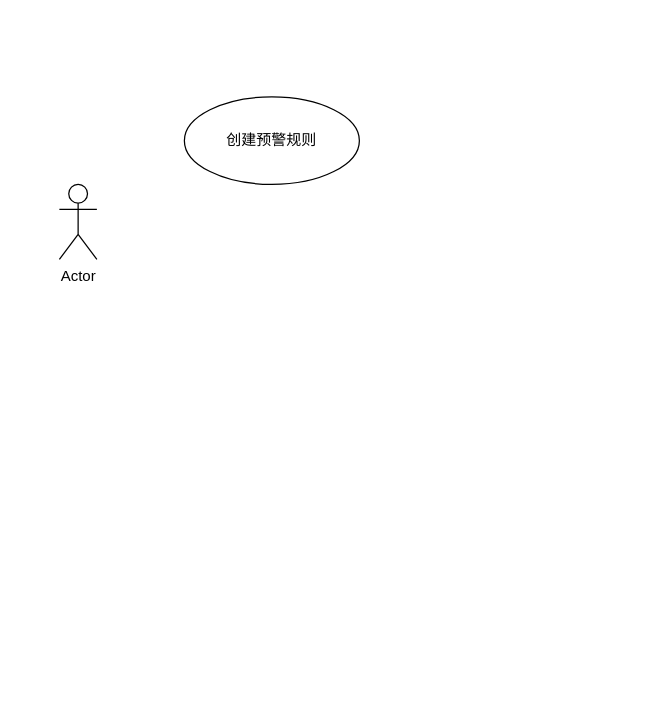
larrydrh/diagram keeps this draw.io diagram as 智能预警.drawio. Above is the earlier version. Source tidied: cells renumbered, new cells numbered last; positions are measured from the earlier drawing's top-left corner, leaving out a move shared by most shapes. Both pictures are drawn from the tidied source at 125%, with x=0, y=0 at pixel (59, 96).
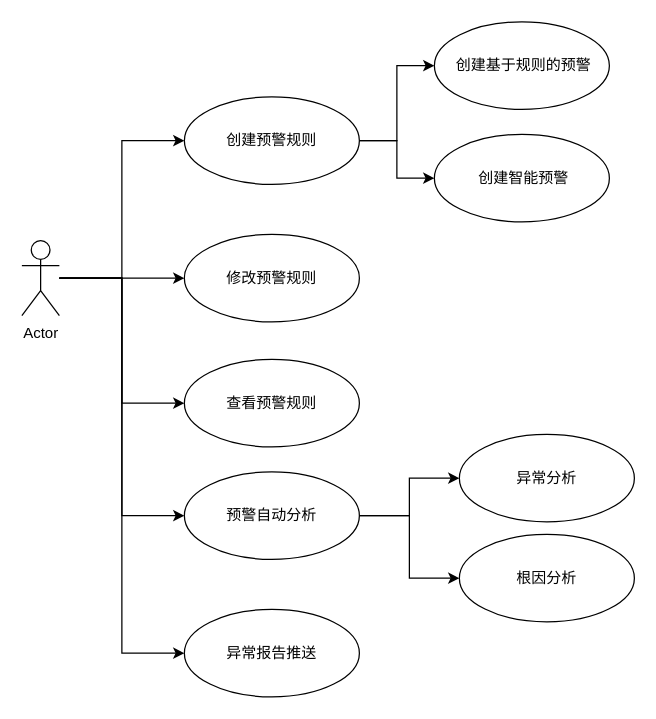
The same page after the edit.

The change refers to these unchanged cells:
```xml
<mxCell id="3" value="创建预警规则" style="ellipse;whiteSpace=wrap;html=1;" parent="1" vertex="1">
  <mxGeometry x="100" width="140" height="70" as="geometry" />
</mxCell>
```

The edit, as a diff of the source:
```diff
@@
+    <mxCell id="4" style="edgeStyle=orthogonalEdgeStyle;rounded=0;jettySize=auto;html=1;" parent="1" edge="1" source="2" target="13">
+      <mxGeometry relative="1" as="geometry" />
+    </mxCell>
+    <mxCell id="5" style="edgeStyle=orthogonalEdgeStyle;rounded=0;jettySize=auto;html=1;entryX=0;entryY=0.5;entryDx=0;entryDy=0;" parent="1" edge="1" source="2" target="3">
+      <mxGeometry relative="1" as="geometry" />
+    </mxCell>
+    <mxCell id="6" style="edgeStyle=orthogonalEdgeStyle;rounded=0;jettySize=auto;html=1;entryX=0;entryY=0.5;entryDx=0;entryDy=0;" parent="1" edge="1" source="2" target="14">
+      <mxGeometry relative="1" as="geometry" />
+    </mxCell>
+    <mxCell id="7" style="edgeStyle=orthogonalEdgeStyle;rounded=0;jettySize=auto;html=1;entryX=0;entryY=0.5;entryDx=0;entryDy=0;" parent="1" edge="1" source="2" target="17">
+      <mxGeometry relative="1" as="geometry" />
+    </mxCell>
+    <mxCell id="8" style="edgeStyle=orthogonalEdgeStyle;rounded=0;jettySize=auto;html=1;entryX=0;entryY=0.5;entryDx=0;entryDy=0;" parent="1" edge="1" source="2" target="20">
+      <mxGeometry relative="1" as="geometry" />
+    </mxCell>
     <mxCell id="2" value="Actor" style="shape=umlActor;verticalLabelPosition=bottom;verticalAlign=top;html=1;" parent="1" vertex="1">
-      <mxGeometry y="70" width="30" height="60" as="geometry" />
+      <mxGeometry x="-30" y="115" width="30" height="60" as="geometry" />
     </mxCell>
+    <mxCell id="9" style="edgeStyle=orthogonalEdgeStyle;rounded=0;jettySize=auto;html=1;" parent="1" edge="1" source="3" target="11">
+      <mxGeometry relative="1" as="geometry" />
+    </mxCell>
+    <mxCell id="10" style="edgeStyle=orthogonalEdgeStyle;rounded=0;jettySize=auto;html=1;" parent="1" edge="1" source="3" target="12">
+      <mxGeometry relative="1" as="geometry" />
+    </mxCell>
@@
+    <mxCell id="11" value="&amp;nbsp;创建基于规则的预警" style="ellipse;whiteSpace=wrap;html=1;" parent="1" vertex="1">
+      <mxGeometry x="300" y="-60" width="140" height="70" as="geometry" />
+    </mxCell>
+    <mxCell id="12" value="&amp;nbsp;创建智能预警" style="ellipse;whiteSpace=wrap;html=1;" parent="1" vertex="1">
+      <mxGeometry x="300" y="30" width="140" height="70" as="geometry" />
+    </mxCell>
+    <mxCell id="13" value="修改预警规则" style="ellipse;whiteSpace=wrap;html=1;" parent="1" vertex="1">
+      <mxGeometry x="100" y="110" width="140" height="70" as="geometry" />
+    </mxCell>
+    <mxCell id="14" value="查看预警规则" style="ellipse;whiteSpace=wrap;html=1;" parent="1" vertex="1">
+      <mxGeometry x="100" y="210" width="140" height="70" as="geometry" />
+    </mxCell>
+    <mxCell id="15" style="edgeStyle=orthogonalEdgeStyle;rounded=0;jettySize=auto;html=1;" parent="1" edge="1" source="17" target="18">
+      <mxGeometry relative="1" as="geometry" />
+    </mxCell>
+    <mxCell id="16" style="edgeStyle=orthogonalEdgeStyle;rounded=0;jettySize=auto;html=1;" parent="1" edge="1" source="17" target="19">
+      <mxGeometry relative="1" as="geometry" />
+    </mxCell>
+    <mxCell id="17" value="预警自动分析" style="ellipse;whiteSpace=wrap;html=1;" parent="1" vertex="1">
+      <mxGeometry x="100" y="300" width="140" height="70" as="geometry" />
+    </mxCell>
+    <mxCell id="18" value="异常分析" style="ellipse;whiteSpace=wrap;html=1;" parent="1" vertex="1">
+      <mxGeometry x="320" y="270" width="140" height="70" as="geometry" />
+    </mxCell>
+    <mxCell id="19" value="根因分析" style="ellipse;whiteSpace=wrap;html=1;" parent="1" vertex="1">
+      <mxGeometry x="320" y="350" width="140" height="70" as="geometry" />
+    </mxCell>
+    <mxCell id="20" value="异常报告推送" style="ellipse;whiteSpace=wrap;html=1;" parent="1" vertex="1">
+      <mxGeometry x="100" y="410" width="140" height="70" as="geometry" />
+    </mxCell>
```
